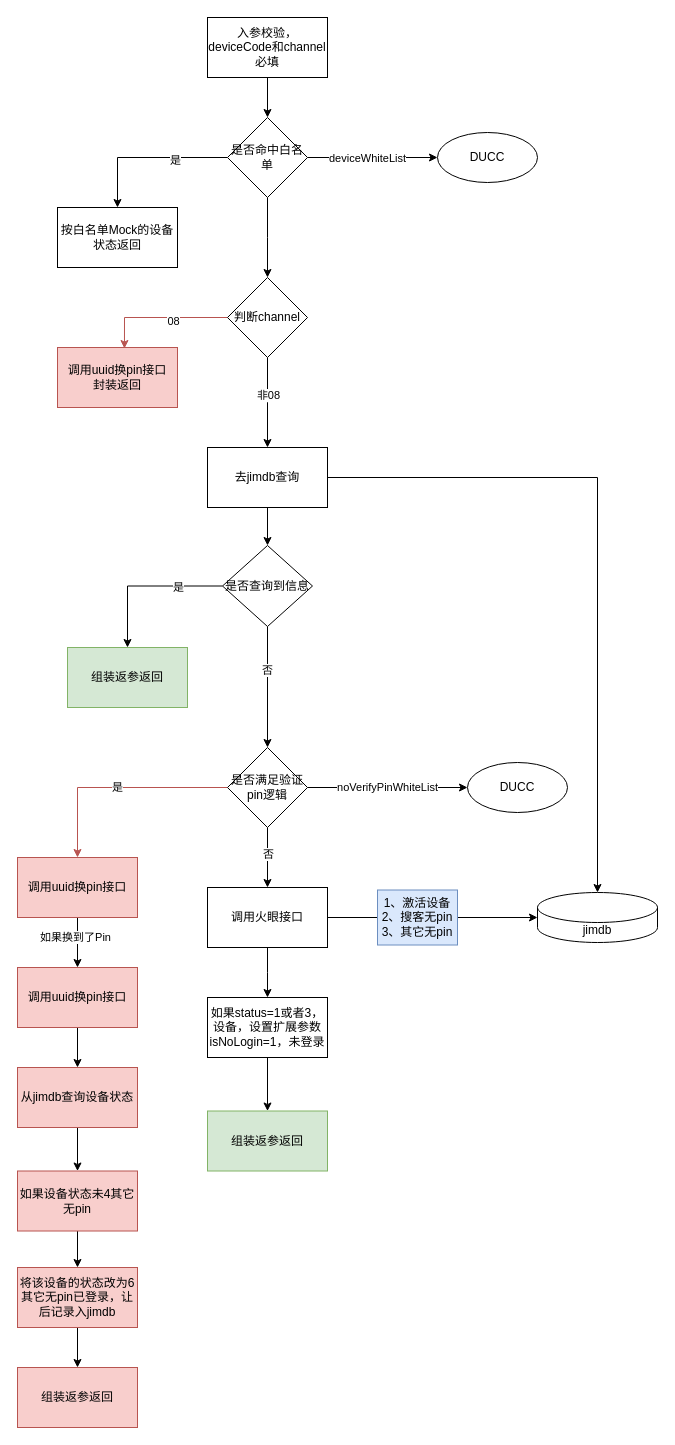
This is 诺曼底验资升级.drawio from BlankKelly/diagrams, a draw.io file, before an edit. Source tidied: cells renumbered, new cells numbered last; positions are measured from the earlier drawing's top-left corner, leaving out a move shared by most shapes. Both pictures are drawn from the tidied source at 100%, with x=0, y=0 at pixel (17, 17).
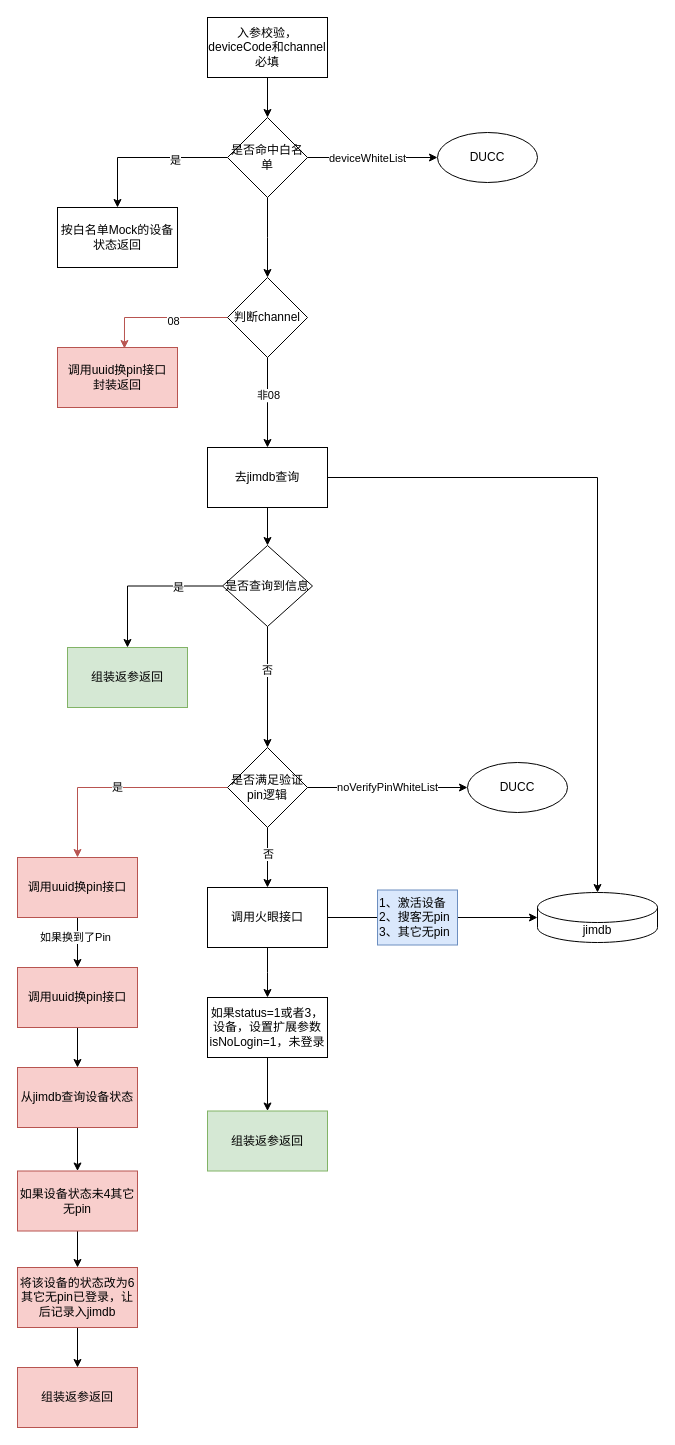
The same diagram, later.

Commit message (it also covers changes not shown here):
更新诺曼底验资升级.drawio

The edit, as a diff of the source:
```diff
@@
-    <mxCell id="50" value="1、激活设备&lt;br&gt;2、搜客无pin&lt;br&gt;3、其它无pin" style="text;html=1;strokeColor=#6c8ebf;fillColor=#dae8fc;align=center;verticalAlign=middle;whiteSpace=wrap;rounded=0;" parent="1" vertex="1">
+    <mxCell id="50" value="1、激活设备&lt;br&gt;2、搜客无pin&lt;br&gt;3、其它无pin" style="text;html=1;strokeColor=#6c8ebf;fillColor=#dae8fc;align=left;verticalAlign=middle;whiteSpace=wrap;rounded=0;" parent="1" vertex="1">
       <mxGeometry x="360" y="872.5" width="80" height="55" as="geometry" />
     </mxCell>
```
